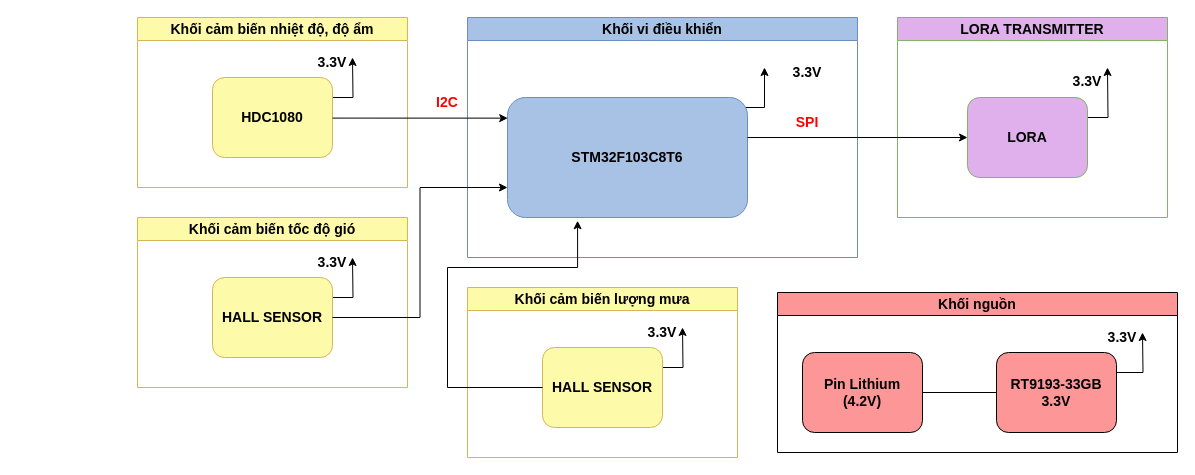
Above: Image/Sơ đồ khối/sơ đồ khối chi tiết - Node.drawio in tuanthanhhh/Weather_Monitoring_Station_System (draw.io), before the change. Source tidied: cells renumbered, new cells numbered last; positions are measured from the earlier drawing's top-left corner, leaving out a move shared by most shapes. Both pictures are drawn from the tidied source at 100%, with x=0, y=0 at pixel (137, 17).
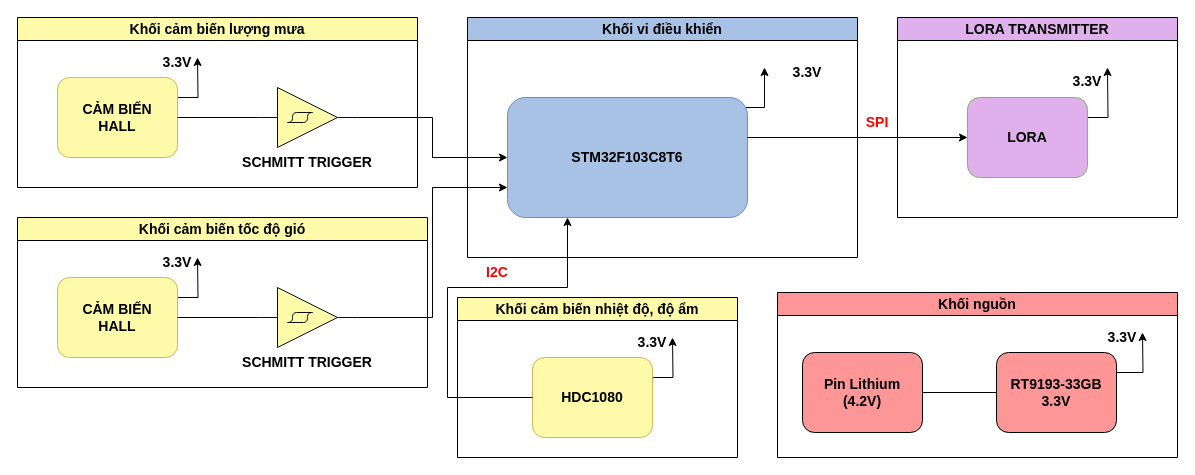
After the change.

Unchanged cells that the change refers to:
```xml
<mxCell id="4" value="STM32F103C8T6" style="rounded=1;whiteSpace=wrap;html=1;fontStyle=1;fontSize=14;fillColor=#a8c2e6;strokeColor=#6c8ebf;" parent="2" vertex="1">
  <mxGeometry x="40" y="80" width="240" height="120" as="geometry" />
</mxCell>
<mxCell id="9" value="HDC1080" style="rounded=1;whiteSpace=wrap;html=1;fontStyle=1;fontSize=14;fillColor=#fdfaaa;strokeColor=#d6b656;" parent="7" vertex="1">
  <mxGeometry x="75" y="60" width="120" height="80" as="geometry" />
</mxCell>
```

What changed in the source:
```diff
@@
-    <mxCell id="2" value="Khối vi điều khiển" style="swimlane;whiteSpace=wrap;html=1;fontStyle=1;fontSize=14;fillColor=#a8c2e6;strokeColor=#6c8ebf;" parent="1" vertex="1">
+    <mxCell id="2" value="Khối vi điều khiển" style="swimlane;whiteSpace=wrap;html=1;fontStyle=1;fontSize=14;fillColor=#a8c2e6;strokeColor=#000000;" parent="1" vertex="1">
       <mxGeometry x="330" width="390" height="240" as="geometry" />
     </mxCell>
@@
-    <mxCell id="6" value="SPI" style="text;html=1;align=center;verticalAlign=middle;whiteSpace=wrap;rounded=0;fontStyle=1;fontColor=#FF0000;fontSize=14;" parent="2" vertex="1">
-      <mxGeometry x="310" y="90" width="60" height="30" as="geometry" />
-    </mxCell>
-    <mxCell id="7" value="Khối cảm biến nhiệt độ, độ ẩm" style="swimlane;whiteSpace=wrap;html=1;fontStyle=1;fontSize=14;fillColor=#fdfaaa;strokeColor=#d6b656;" parent="1" vertex="1">
-      <mxGeometry width="270" height="170" as="geometry" />
+    <mxCell id="7" value="Khối cảm biến nhiệt độ, độ ẩm" style="swimlane;whiteSpace=wrap;html=1;fontStyle=1;fontSize=14;fillColor=#fdfaaa;strokeColor=#000000;" parent="1" vertex="1">
+      <mxGeometry x="320" y="280" width="280" height="160" as="geometry" />
     </mxCell>
@@
-    <mxCell id="11" value="Khối nguồn" style="swimlane;whiteSpace=wrap;html=1;fontStyle=1;fontSize=14;fillColor=#fd9696;" parent="1" vertex="1">
-      <mxGeometry x="640" y="275" width="400" height="160" as="geometry" />
+    <mxCell id="11" value="Khối nguồn" style="swimlane;whiteSpace=wrap;html=1;fontStyle=1;fontSize=14;fillColor=#fd9696;strokeColor=default;" parent="1" vertex="1">
+      <mxGeometry x="640" y="275" width="400" height="165" as="geometry" />
     </mxCell>
@@
-    <mxCell id="17" style="edgeStyle=orthogonalEdgeStyle;rounded=0;jettySize=auto;html=1;exitX=1;exitY=0.5;exitDx=0;exitDy=0;entryX=0.001;entryY=0.172;entryDx=0;entryDy=0;fontSize=14;entryPerimeter=0;" parent="1" edge="1" source="9" target="4">
-      <mxGeometry relative="1" as="geometry">
-        <Array as="points">
-          <mxPoint x="370" y="101" />
-        </Array>
-      </mxGeometry>
-    </mxCell>
-    <mxCell id="18" value="Khối cảm biến tốc độ gió" style="swimlane;whiteSpace=wrap;html=1;fontStyle=1;fontSize=14;fillColor=#fdfaaa;strokeColor=#d6b656;" parent="1" vertex="1">
-      <mxGeometry y="200" width="270" height="170" as="geometry" />
+    <mxCell id="18" value="Khối cảm biến tốc độ gió" style="swimlane;whiteSpace=wrap;html=1;fontStyle=1;fontSize=14;fillColor=#fdfaaa;strokeColor=#000000;" parent="1" vertex="1">
+      <mxGeometry x="-120" y="200" width="410" height="170" as="geometry" />
     </mxCell>
+    <mxCell id="34" style="group;" parent="18" vertex="1">
+      <mxGeometry x="40" y="30" width="150" height="110" as="geometry" />
+    </mxCell>
-    <mxCell id="19" style="edgeStyle=orthogonalEdgeStyle;rounded=0;jettySize=auto;html=1;exitX=1;exitY=0.25;exitDx=0;exitDy=0;fontStyle=1;fontSize=14;" parent="18" edge="1" source="20">
+    <mxCell id="19" style="edgeStyle=orthogonalEdgeStyle;rounded=0;jettySize=auto;html=1;exitX=1;exitY=0.25;exitDx=0;exitDy=0;fontStyle=1;fontSize=14;" parent="34" edge="1" source="20">
       <mxGeometry relative="1" as="geometry">
-        <mxPoint x="215" y="40" as="targetPoint" />
+        <mxPoint x="140" y="10" as="targetPoint" />
       </mxGeometry>
     </mxCell>
-    <mxCell id="20" value="HALL SENSOR" style="rounded=1;whiteSpace=wrap;html=1;fontStyle=1;fontSize=14;fillColor=#fdfaaa;strokeColor=#d6b656;" parent="18" vertex="1">
-      <mxGeometry x="75" y="60" width="120" height="80" as="geometry" />
+    <mxCell id="20" value="CẢM BIẾN&lt;div&gt;HALL&lt;/div&gt;" style="rounded=1;whiteSpace=wrap;html=1;fontStyle=1;fontSize=14;fillColor=#fdfaaa;strokeColor=#d6b656;" parent="34" vertex="1">
+      <mxGeometry y="30" width="120" height="80" as="geometry" />
     </mxCell>
-    <mxCell id="21" value="3.3V" style="text;html=1;align=center;verticalAlign=middle;whiteSpace=wrap;rounded=0;fontStyle=1;fontSize=14;" parent="18" vertex="1">
-      <mxGeometry x="165" y="30" width="60" height="30" as="geometry" />
+    <mxCell id="21" value="3.3V" style="text;html=1;align=center;verticalAlign=middle;whiteSpace=wrap;rounded=0;fontStyle=1;fontSize=14;" parent="34" vertex="1">
+      <mxGeometry x="90" width="60" height="30" as="geometry" />
     </mxCell>
+    <mxCell id="35" style="verticalLabelPosition=bottom;shadow=0;dashed=0;align=center;html=1;verticalAlign=top;shape=mxgraph.electrical.logic_gates.schmitt_trigger;fillColor=#FDFAAA;strokeColor=#0d0d0c;" parent="18" vertex="1">
+      <mxGeometry x="240" y="70" width="100" height="60" as="geometry" />
+    </mxCell>
+    <mxCell id="36" style="edgeStyle=orthogonalEdgeStyle;rounded=0;jettySize=auto;html=1;exitX=1;exitY=0.5;exitDx=0;exitDy=0;entryX=0;entryY=0.5;entryDx=0;entryDy=0;entryPerimeter=0;endArrow=none;endFill=0;" parent="18" edge="1" source="20" target="35">
+      <mxGeometry relative="1" as="geometry" />
+    </mxCell>
+    <mxCell id="37" value="SCHMITT TRIGGER" style="text;html=1;align=center;verticalAlign=middle;whiteSpace=wrap;rounded=0;fontStyle=1;fontSize=14;" parent="18" vertex="1">
+      <mxGeometry x="215" y="130" width="150" height="30" as="geometry" />
+    </mxCell>
-    <mxCell id="22" value="Khối cảm biến lượng mưa" style="swimlane;whiteSpace=wrap;html=1;fontStyle=1;fontSize=14;fillColor=#fdfaaa;strokeColor=#d6b656;" parent="1" vertex="1">
-      <mxGeometry x="330" y="270" width="270" height="170" as="geometry" />
+    <mxCell id="22" value="Khối cảm biến lượng mưa" style="swimlane;whiteSpace=wrap;html=1;fontStyle=1;fontSize=14;fillColor=#fdfaaa;strokeColor=#000000;" parent="1" vertex="1">
+      <mxGeometry x="-120" width="400" height="170" as="geometry" />
     </mxCell>
+    <mxCell id="38" style="group;" parent="22" vertex="1">
+      <mxGeometry x="40" y="30" width="150" height="110" as="geometry" />
+    </mxCell>
-    <mxCell id="23" style="edgeStyle=orthogonalEdgeStyle;rounded=0;jettySize=auto;html=1;exitX=1;exitY=0.25;exitDx=0;exitDy=0;fontStyle=1;fontSize=14;" parent="22" edge="1" source="24">
+    <mxCell id="23" style="edgeStyle=orthogonalEdgeStyle;rounded=0;jettySize=auto;html=1;exitX=1;exitY=0.25;exitDx=0;exitDy=0;fontStyle=1;fontSize=14;" parent="38" edge="1" source="24">
       <mxGeometry relative="1" as="geometry">
-        <mxPoint x="215" y="40" as="targetPoint" />
+        <mxPoint x="140" y="10" as="targetPoint" />
       </mxGeometry>
     </mxCell>
-    <mxCell id="24" value="HALL SENSOR" style="rounded=1;whiteSpace=wrap;html=1;fontStyle=1;fontSize=14;fillColor=#fdfaaa;strokeColor=#d6b656;" parent="22" vertex="1">
-      <mxGeometry x="75" y="60" width="120" height="80" as="geometry" />
+    <mxCell id="24" value="CẢM BIẾN&lt;div&gt;HALL&lt;/div&gt;" style="rounded=1;whiteSpace=wrap;html=1;fontStyle=1;fontSize=14;fillColor=#fdfaaa;strokeColor=#d6b656;" parent="38" vertex="1">
+      <mxGeometry y="30" width="120" height="80" as="geometry" />
     </mxCell>
-    <mxCell id="25" value="3.3V" style="text;html=1;align=center;verticalAlign=middle;whiteSpace=wrap;rounded=0;fontStyle=1;fontSize=14;" parent="22" vertex="1">
-      <mxGeometry x="165" y="30" width="60" height="30" as="geometry" />
+    <mxCell id="25" value="3.3V" style="text;html=1;align=center;verticalAlign=middle;whiteSpace=wrap;rounded=0;fontStyle=1;fontSize=14;" parent="38" vertex="1">
+      <mxGeometry x="90" width="60" height="30" as="geometry" />
     </mxCell>
-    <mxCell id="26" style="edgeStyle=orthogonalEdgeStyle;rounded=0;jettySize=auto;html=1;exitX=1;exitY=0.5;exitDx=0;exitDy=0;entryX=0;entryY=0.75;entryDx=0;entryDy=0;" parent="1" edge="1" source="20" target="4">
-      <mxGeometry relative="1" as="geometry" />
-    </mxCell>
-    <mxCell id="27" style="edgeStyle=orthogonalEdgeStyle;rounded=0;jettySize=auto;html=1;exitX=0;exitY=0.5;exitDx=0;exitDy=0;entryX=0.292;entryY=1.027;entryDx=0;entryDy=0;entryPerimeter=0;" parent="1" edge="1" source="24" target="4">
-      <mxGeometry relative="1" as="geometry">
-        <Array as="points">
-          <mxPoint x="310" y="370" />
-          <mxPoint x="310" y="250" />
-          <mxPoint x="440" y="250" />
-        </Array>
-      </mxGeometry>
-    </mxCell>
+    <mxCell id="39" style="verticalLabelPosition=bottom;shadow=0;dashed=0;align=center;html=1;verticalAlign=top;shape=mxgraph.electrical.logic_gates.schmitt_trigger;fillColor=#FDFAAA;strokeColor=#0d0d0c;" parent="22" vertex="1">
+      <mxGeometry x="240" y="70" width="100" height="60" as="geometry" />
+    </mxCell>
+    <mxCell id="40" style="edgeStyle=orthogonalEdgeStyle;rounded=0;jettySize=auto;html=1;exitX=1;exitY=0.5;exitDx=0;exitDy=0;entryX=0;entryY=0.5;entryDx=0;entryDy=0;entryPerimeter=0;endArrow=none;endFill=0;" parent="22" edge="1" source="24" target="39">
+      <mxGeometry relative="1" as="geometry" />
+    </mxCell>
+    <mxCell id="41" value="SCHMITT TRIGGER" style="text;html=1;align=center;verticalAlign=middle;whiteSpace=wrap;rounded=0;fontStyle=1;fontSize=14;" parent="22" vertex="1">
+      <mxGeometry x="215" y="130" width="150" height="30" as="geometry" />
+    </mxCell>
-    <mxCell id="28" value="LORA TRANSMITTER" style="swimlane;whiteSpace=wrap;html=1;fontStyle=1;fontSize=14;fillColor=#DFB0EB;strokeColor=#82b366;" parent="1" vertex="1">
-      <mxGeometry x="760" width="270" height="200" as="geometry" />
+    <mxCell id="28" value="LORA TRANSMITTER" style="swimlane;whiteSpace=wrap;html=1;fontStyle=1;fontSize=14;fillColor=#DFB0EB;strokeColor=#000000;" parent="1" vertex="1">
+      <mxGeometry x="760" width="280" height="200" as="geometry" />
     </mxCell>
@@
     <mxCell id="33" value="I2C" style="text;html=1;align=center;verticalAlign=middle;whiteSpace=wrap;rounded=0;fontStyle=1;fontColor=#FF0000;fontSize=14;" parent="1" vertex="1">
-      <mxGeometry x="280" y="70" width="60" height="30" as="geometry" />
+      <mxGeometry x="330" y="240" width="60" height="30" as="geometry" />
     </mxCell>
+    <mxCell id="42" style="edgeStyle=orthogonalEdgeStyle;rounded=0;jettySize=auto;html=1;exitX=1;exitY=0.5;exitDx=0;exitDy=0;exitPerimeter=0;entryX=0;entryY=0.5;entryDx=0;entryDy=0;" parent="1" edge="1" source="39" target="4">
+      <mxGeometry relative="1" as="geometry" />
+    </mxCell>
+    <mxCell id="43" style="edgeStyle=orthogonalEdgeStyle;rounded=0;jettySize=auto;html=1;exitX=1;exitY=0.5;exitDx=0;exitDy=0;exitPerimeter=0;entryX=0;entryY=0.75;entryDx=0;entryDy=0;" parent="1" edge="1" source="35" target="4">
+      <mxGeometry relative="1" as="geometry" />
+    </mxCell>
+    <mxCell id="17" style="edgeStyle=orthogonalEdgeStyle;rounded=0;jettySize=auto;html=1;exitX=0;exitY=0.5;exitDx=0;exitDy=0;entryX=0.25;entryY=1;entryDx=0;entryDy=0;" parent="1" edge="1" source="9" target="4">
+      <mxGeometry relative="1" as="geometry">
+        <Array as="points">
+          <mxPoint x="310" y="380" />
+          <mxPoint x="310" y="270" />
+          <mxPoint x="430" y="270" />
+        </Array>
+      </mxGeometry>
+    </mxCell>
+    <mxCell id="6" value="SPI" style="text;html=1;align=center;verticalAlign=middle;whiteSpace=wrap;rounded=0;fontStyle=1;fontColor=#FF0000;fontSize=14;" parent="1" vertex="1">
+      <mxGeometry x="710" y="90" width="60" height="30" as="geometry" />
+    </mxCell>
```
